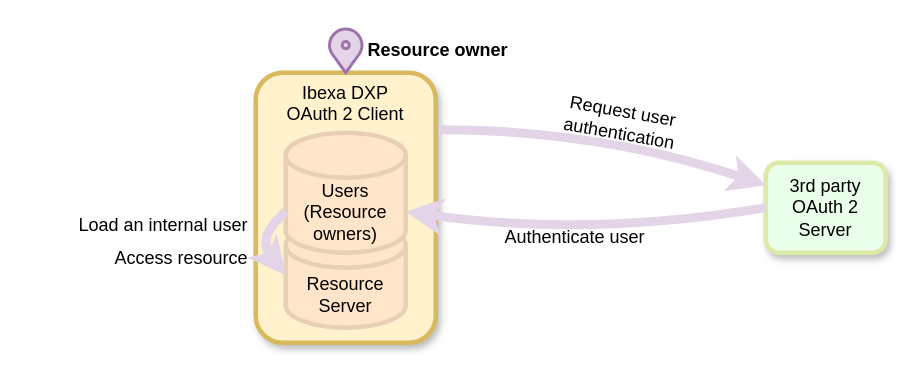
The draw.io diagram docs/users/diagram_source/oauth2-client.drawio in ibexa/documentation-developer, before the edit. Source tidied: cells renumbered, new cells numbered last; positions are measured from the earlier drawing's top-left corner, leaving out a move shared by most shapes. Both pictures are drawn from the tidied source at 150%, with x=0, y=0 at pixel (26, 27).
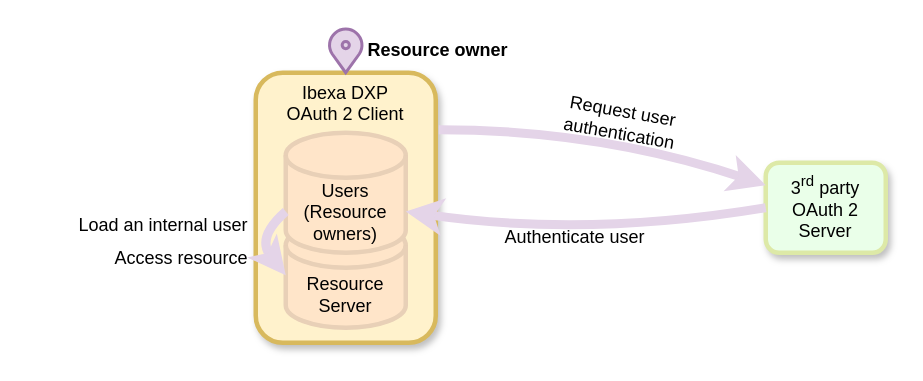
Above is the later version.

Commit message (it also covers changes not shown here):
Split diagram files, apply style

Change to the diagram source:
```diff
@@
 <mxGraphModel>
   <root>
     <mxCell id="0" />
     <mxCell id="1" parent="0" />
     <mxCell id="2" value="Ibexa DXP&lt;br&gt;OAuth 2 Client" style="rounded=1;whiteSpace=wrap;horizontal=1;verticalAlign=top;shadow=1;fillColor=#FFF2CC;strokeWidth=3;strokeColor=#D8B95D;html=1;" parent="1" vertex="1">
       <mxGeometry x="153" y="30" width="120" height="180" as="geometry" />
     </mxCell>
     <mxCell id="3" value="Resource&lt;br&gt;Server" style="shape=cylinder3;whiteSpace=wrap;html=1;boundedLbl=1;backgroundOutline=1;size=15;fillColor=#ffe5c9;strokeColor=#E8D0B7;strokeWidth=3;" parent="1" vertex="1">
       <mxGeometry x="173" y="130" width="80" height="70" as="geometry" />
     </mxCell>
     <mxCell id="4" value="Users&lt;br&gt;(Resource owners)" style="shape=cylinder3;whiteSpace=wrap;html=1;boundedLbl=1;backgroundOutline=1;size=15;fillColor=#ffe5c9;strokeColor=#E8D0B7;strokeWidth=3;" parent="1" vertex="1">
       <mxGeometry x="173" y="70" width="80" height="80" as="geometry" />
     </mxCell>
-    <mxCell id="5" value="3rd party&lt;br&gt;OAuth 2 Server" style="rounded=1;whiteSpace=wrap;html=1;shadow=1;fillColor=#EAFFE9;strokeWidth=3;strokeColor=#DDE9A7;" parent="1" vertex="1">
+    <mxCell id="5" value="3&lt;sup&gt;rd&lt;/sup&gt; party&lt;br&gt;OAuth 2 Server" style="rounded=1;whiteSpace=wrap;html=1;shadow=1;fillColor=#EAFFE9;strokeWidth=3;strokeColor=#DDE9A7;" parent="1" vertex="1">
       <mxGeometry x="493" y="90" width="80" height="60" as="geometry" />
     </mxCell>
     <mxCell id="6" value="Authenticate user" style="text;html=1;align=center;verticalAlign=middle;whiteSpace=wrap;rounded=0;" parent="1" vertex="1">
       <mxGeometry x="316" y="125" width="100" height="30" as="geometry" />
     </mxCell>
     <mxCell id="7" value="Request user authentication" style="text;html=1;align=center;verticalAlign=middle;whiteSpace=wrap;rounded=0;rotation=10;" parent="1" vertex="1">
       <mxGeometry x="367" y="48" width="60" height="30" as="geometry" />
     </mxCell>
     <mxCell id="8" value="&lt;p style=&quot;line-height: 180%;&quot;&gt;Load an internal user&lt;br&gt;Access resource&lt;/p&gt;" style="text;html=1;align=right;verticalAlign=middle;whiteSpace=wrap;rounded=0;" parent="1" vertex="1">
       <mxGeometry y="128" width="150" height="30" as="geometry" />
     </mxCell>
     <mxCell id="9" style="endArrow=classic;html=1;rounded=0;exitX=1.017;exitY=0.211;exitDx=0;exitDy=0;exitPerimeter=0;entryX=0;entryY=0.25;entryDx=0;entryDy=0;curved=1;strokeColor=#E4D4E8;strokeWidth=6;" parent="1" edge="1" source="2" target="5">
       <mxGeometry relative="1" as="geometry">
         <Array as="points">
           <mxPoint x="383" y="68" />
         </Array>
       </mxGeometry>
     </mxCell>
     <mxCell id="10" style="endArrow=classic;html=1;rounded=0;exitX=0;exitY=0.5;exitDx=0;exitDy=0;entryX=1;entryY=0;entryDx=0;entryDy=52.5;entryPerimeter=0;curved=1;strokeColor=#E4D4E8;strokeWidth=6;" parent="1" edge="1" source="5" target="4">
       <mxGeometry relative="1" as="geometry">
         <Array as="points">
           <mxPoint x="373" y="140" />
         </Array>
       </mxGeometry>
     </mxCell>
     <mxCell id="11" style="endArrow=classic;html=1;rounded=0;exitX=0;exitY=0;exitDx=0;exitDy=52.5;exitPerimeter=0;entryX=0;entryY=0.5;entryDx=0;entryDy=0;entryPerimeter=0;curved=1;strokeColor=#E4D4E8;strokeWidth=6;" parent="1" edge="1" source="4" target="3">
       <mxGeometry relative="1" as="geometry">
         <Array as="points">
           <mxPoint x="153" y="140" />
         </Array>
       </mxGeometry>
     </mxCell>
     <mxCell id="12" style="html=1;verticalLabelPosition=bottom;align=center;labelBackgroundColor=#ffffff;verticalAlign=top;strokeWidth=2;strokeColor=#9D73AA;shadow=0;dashed=0;shape=mxgraph.ios7.icons.location;fillColor=#E4D4E8;" parent="1" vertex="1">
       <mxGeometry x="201" width="24" height="30" as="geometry" />
     </mxCell>
     <mxCell id="13" value="Resource owner" style="text;html=1;align=left;verticalAlign=middle;whiteSpace=wrap;rounded=0;fontStyle=1;" parent="1" vertex="1">
       <mxGeometry x="226" width="97" height="30" as="geometry" />
     </mxCell>
   </root>
 </mxGraphModel>
```
